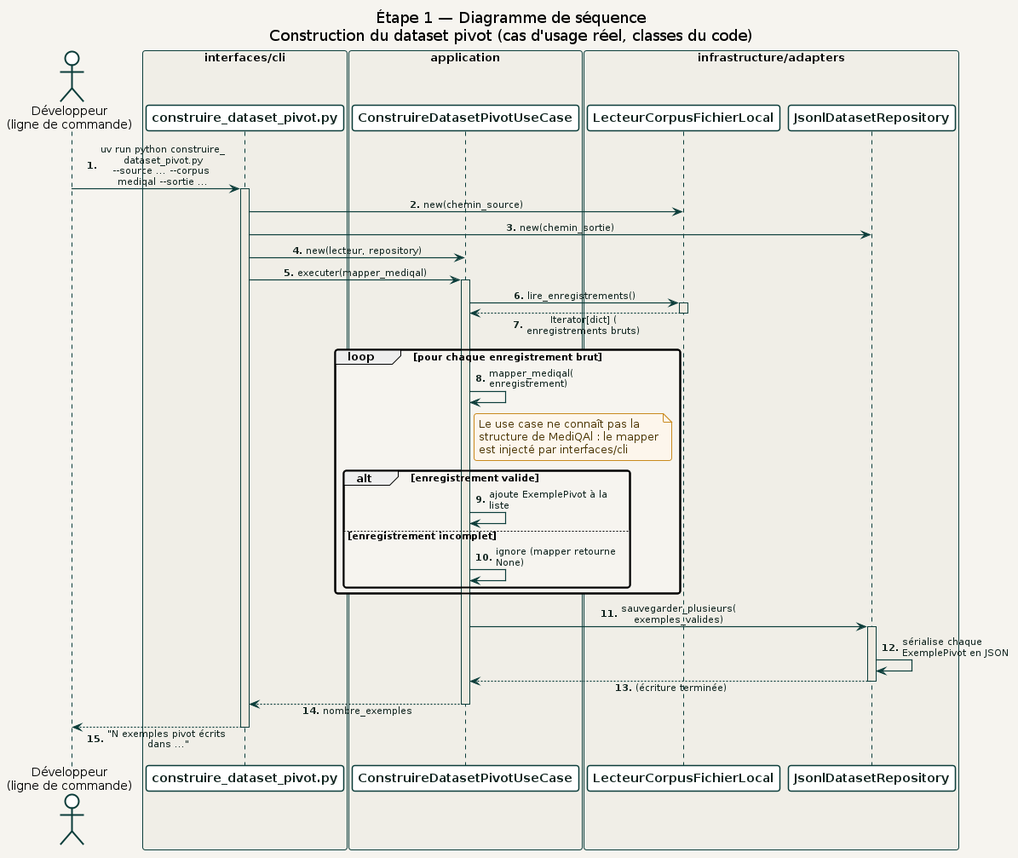
Before: docs/diagrams/02_etape1_donnees/sequence/construction_dataset_pivot.png, a diagram exported from PlantUML (racemartin/m14_ocr). Its source is kept beside it as docs/diagrams/02_etape1_donnees/sequence/construction_dataset_pivot.puml.
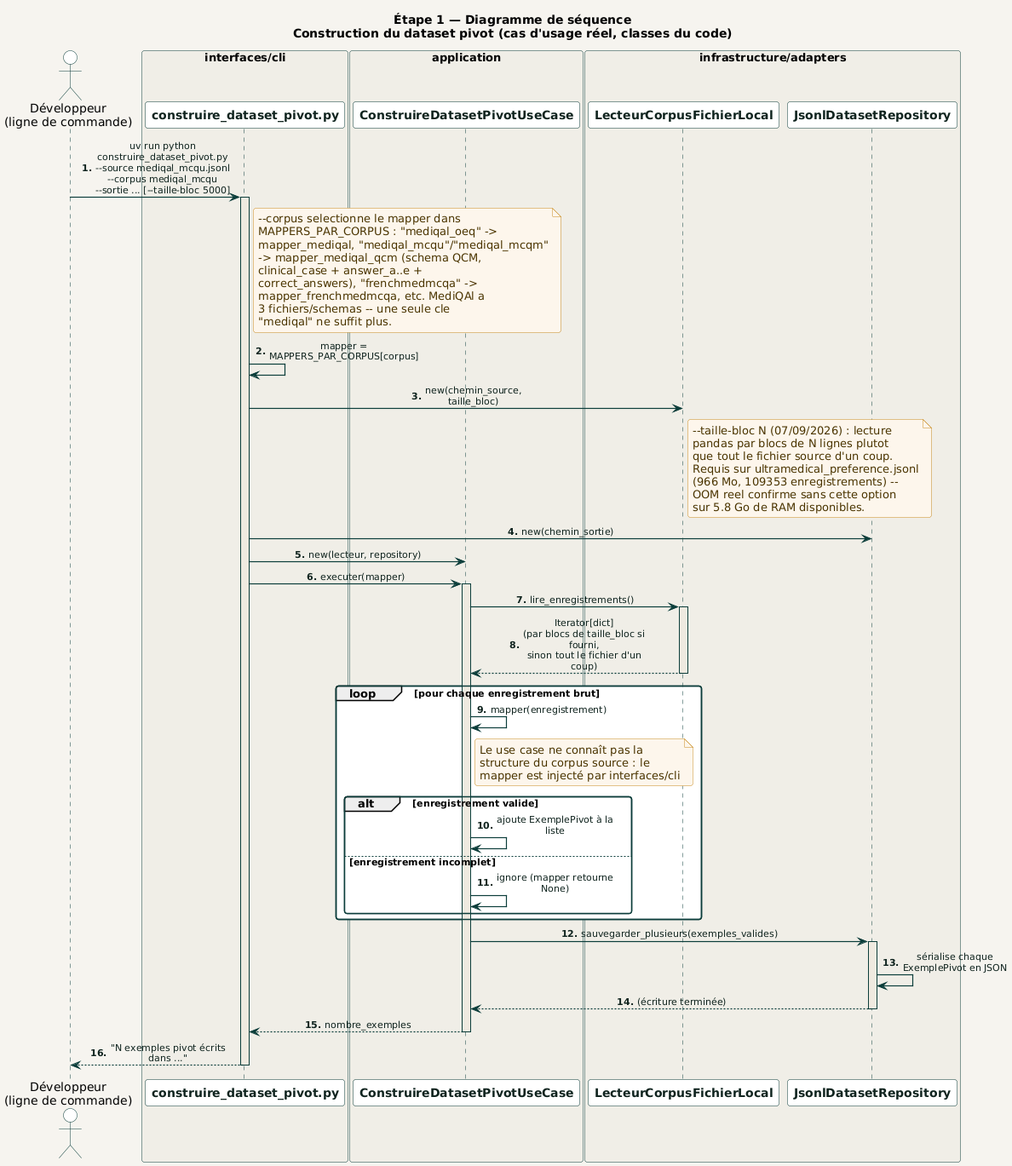
Later version of the same file.

What changed in the source:
```diff
@@ -20,27 +20,49 @@
 
 autonumber "<b>0."
 
-Dev -> CLI : uv run python construire_dataset_pivot.py\n~-~-source ... ~-~-corpus mediqal ~-~-sortie ...
+Dev -> CLI : uv run python construire_dataset_pivot.py\n~-~-source mediqal_mcqu.jsonl ~-~-corpus mediqal_mcqu\n~-~-sortie ... [~-~-taille-bloc 5000]
 activate CLI
 
-CLI -> Lecteur : new(chemin_source)
+note right of CLI
+  ~-~-corpus selectionne le mapper dans
+  MAPPERS_PAR_CORPUS : "mediqal_oeq" ->
+  mapper_mediqal, "mediqal_mcqu"/"mediqal_mcqm"
+  -> mapper_mediqal_qcm (schema QCM,
+  clinical_case + answer_a..e +
+  correct_answers), "frenchmedmcqa" ->
+  mapper_frenchmedmcqa, etc. MediQAl a
+  3 fichiers/schemas -- une seule cle
+  "mediqal" ne suffit plus.
+end note
+CLI -> CLI : mapper = MAPPERS_PAR_CORPUS[corpus]
+
+CLI -> Lecteur : new(chemin_source, taille_bloc)
+note right of Lecteur
+  ~-~-taille-bloc N (07/09/2026) : lecture
+  pandas par blocs de N lignes plutot
+  que tout le fichier source d'un coup.
+  Requis sur ultramedical_preference.jsonl
+  (966 Mo, 109353 enregistrements) --
+  OOM reel confirme sans cette option
+  sur 5.8 Go de RAM disponibles.
+end note
 CLI -> Repo : new(chemin_sortie)
 CLI -> UC : new(lecteur, repository)
 
-CLI -> UC : executer(mapper_mediqal)
+CLI -> UC : executer(mapper)
 activate UC
 
 UC -> Lecteur : lire_enregistrements()
 activate Lecteur
-Lecteur --> UC : Iterator[dict] (enregistrements bruts)
+Lecteur --> UC : Iterator[dict]\n(par blocs de taille_bloc si fourni,\nsinon tout le fichier d'un coup)
 deactivate Lecteur
 
 loop pour chaque enregistrement brut
-  UC -> UC : mapper_mediqal(enregistrement)
+  UC -> UC : mapper(enregistrement)
   note right of UC
     Le use case ne connaît pas la
-    structure de MediQAl : le mapper
-    est injecté par interfaces/cli
+    structure du corpus source : le
+    mapper est injecté par interfaces/cli
   end note
 
   alt enregistrement valide
```
